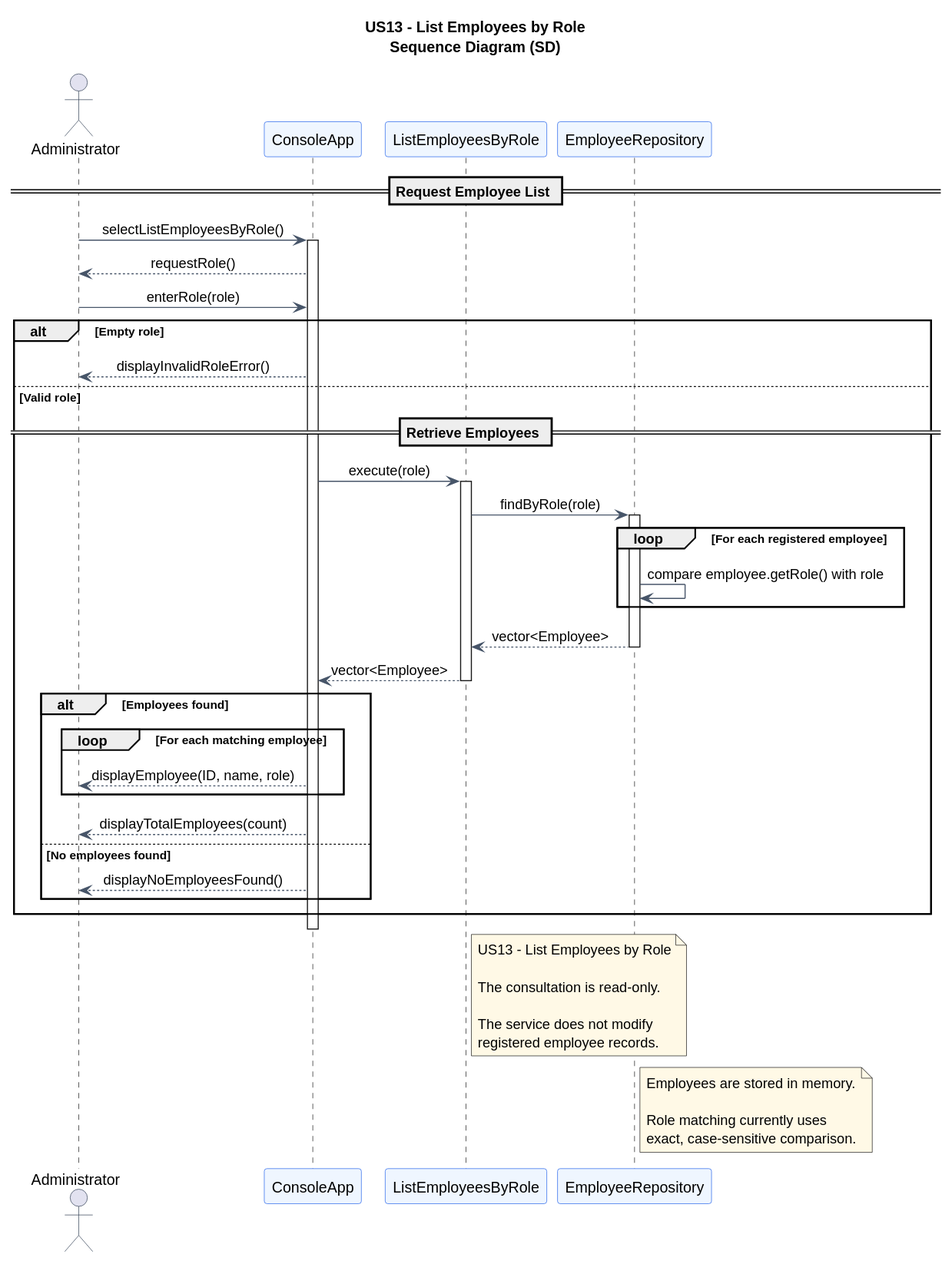
Above: docs/system-documentation/US13/svg/US13-SD.svg in jmaia574/leti-esoft-26-27-B6 (PlantUML), before the change.
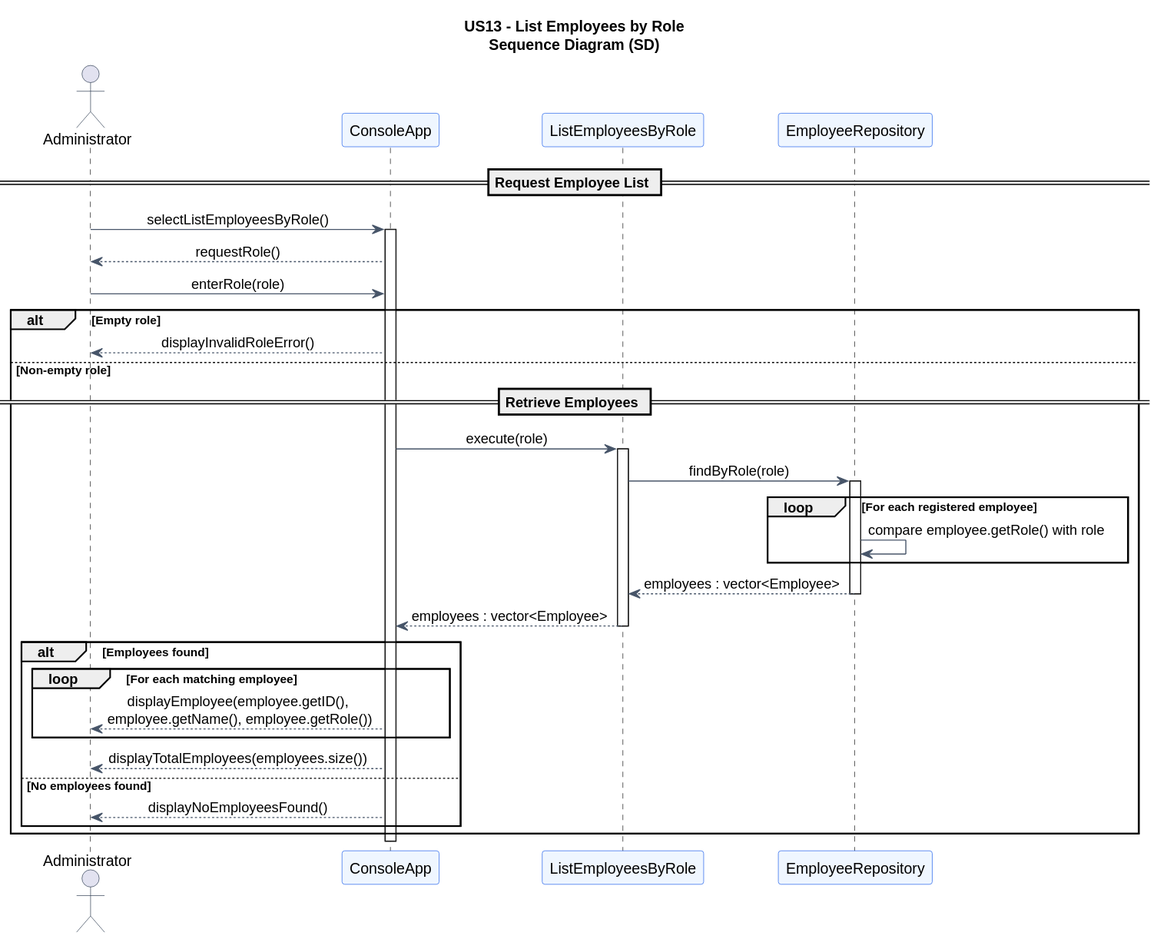
The same diagram one commit later.

What changed in the source:
```diff
@@ -29,7 +29,7 @@
 alt Empty role
     UI --> Admin : displayInvalidRoleError()
 
-else Valid role
+else Non-empty role
 
     == Retrieve Employees ==
 
@@ -43,18 +43,18 @@
         Repository -> Repository : compare employee.getRole() with role
     end
 
-    Repository --> Service : vector<Employee>
+    Repository --> Service : employees : vector<Employee>
     deactivate Repository
 
-    Service --> UI : vector<Employee>
+    Service --> UI : employees : vector<Employee>
     deactivate Service
 
     alt Employees found
         loop For each matching employee
-            UI --> Admin : displayEmployee(ID, name, role)
+            UI --> Admin : displayEmployee(employee.getID(),\n employee.getName(), employee.getRole())
         end
 
-        UI --> Admin : displayTotalEmployees(count)
+        UI --> Admin : displayTotalEmployees(employees.size())
 
     else No employees found
         UI --> Admin : displayNoEmployeesFound()
@@ -62,20 +62,4 @@
 end
 
 deactivate UI
-
-note right of Service
-US13 - List Employees by Role
-
-The consultation is read-only.
-
-The service does not modify
-registered employee records.
-end note
-
-note right of Repository
-Employees are stored in memory.
-
-Role matching currently uses
-exact, case-sensitive comparison.
-end note
 @enduml
```
